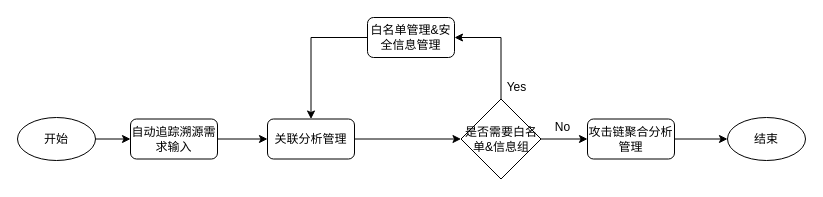
This is 软件概要设计-追踪溯源中心-控制流图.drawio from popvlovs/popvlovs-repository, a draw.io file, before an edit. Source tidied: cells renumbered, new cells numbered last; positions are measured from the earlier drawing's top-left corner, leaving out a move shared by most shapes. Both pictures are drawn from the tidied source at 100%, with x=0, y=0 at pixel (17, 17).
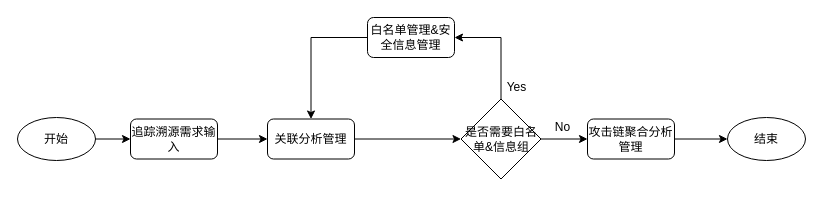
After the change.

Commit message (it also covers changes not shown here):
Update 软件概要设计-追踪溯源中心-控制流图.drawio

What changed in the source:
```diff
@@
 <mxGraphModel>
   <root>
     <mxCell id="0" />
     <mxCell id="1" parent="0" />
     <mxCell id="2" value="开始" style="ellipse;whiteSpace=wrap;html=1;" parent="1" vertex="1">
       <mxGeometry y="100" width="78" height="43" as="geometry" />
     </mxCell>
     <mxCell id="3" style="edgeStyle=orthogonalEdgeStyle;rounded=0;jettySize=auto;html=1;" parent="1" edge="1" source="4" target="9">
       <mxGeometry relative="1" as="geometry" />
     </mxCell>
-    <mxCell id="4" value="自动追踪溯源需求输入" style="rounded=1;whiteSpace=wrap;html=1;fontSize=12;glass=0;strokeWidth=1;shadow=0;" parent="1" vertex="1">
+    <mxCell id="4" value="追踪溯源需求输入" style="rounded=1;whiteSpace=wrap;html=1;fontSize=12;glass=0;strokeWidth=1;shadow=0;" parent="1" vertex="1">
       <mxGeometry x="113" y="101.5" width="87" height="40" as="geometry" />
     </mxCell>
     <mxCell id="5" style="edgeStyle=orthogonalEdgeStyle;rounded=0;jettySize=auto;html=1;exitX=1;exitY=0.5;exitDx=0;exitDy=0;" parent="1" edge="1" source="17" target="6">
       <mxGeometry relative="1" as="geometry" />
     </mxCell>
     <mxCell id="6" value="结束" style="ellipse;whiteSpace=wrap;html=1;" parent="1" vertex="1">
       <mxGeometry x="710" y="100" width="78" height="43" as="geometry" />
     </mxCell>
     <mxCell id="7" style="edgeStyle=orthogonalEdgeStyle;rounded=0;jettySize=auto;html=1;exitX=1;exitY=0.5;exitDx=0;exitDy=0;entryX=0;entryY=0.5;entryDx=0;entryDy=0;" parent="1" edge="1" source="2" target="4">
       <mxGeometry relative="1" as="geometry" />
     </mxCell>
     <mxCell id="8" style="edgeStyle=orthogonalEdgeStyle;rounded=0;jettySize=auto;html=1;" parent="1" edge="1" source="9" target="12">
       <mxGeometry relative="1" as="geometry" />
     </mxCell>
     <mxCell id="9" value="关联分析管理" style="rounded=1;whiteSpace=wrap;html=1;fontSize=12;glass=0;strokeWidth=1;shadow=0;" parent="1" vertex="1">
       <mxGeometry x="250" y="101.5" width="87" height="40" as="geometry" />
     </mxCell>
     <mxCell id="10" style="edgeStyle=orthogonalEdgeStyle;rounded=0;jettySize=auto;html=1;" parent="1" edge="1" source="12" target="14">
       <mxGeometry relative="1" as="geometry">
         <Array as="points">
           <mxPoint x="484" y="20" />
         </Array>
       </mxGeometry>
     </mxCell>
     <mxCell id="11" style="edgeStyle=orthogonalEdgeStyle;rounded=0;jettySize=auto;html=1;" parent="1" edge="1" source="12" target="17">
       <mxGeometry relative="1" as="geometry" />
     </mxCell>
     <mxCell id="12" value="是否需要白名单&amp;amp;信息组" style="rhombus;whiteSpace=wrap;html=1;" parent="1" vertex="1">
       <mxGeometry x="443.5" y="81.5" width="80" height="80" as="geometry" />
     </mxCell>
     <mxCell id="13" style="edgeStyle=orthogonalEdgeStyle;rounded=0;jettySize=auto;html=1;entryX=0.5;entryY=0;entryDx=0;entryDy=0;" parent="1" edge="1" source="14" target="9">
       <mxGeometry relative="1" as="geometry" />
     </mxCell>
     <mxCell id="14" value="白名单管理&amp;amp;安全信息管理" style="rounded=1;whiteSpace=wrap;html=1;fontSize=12;glass=0;strokeWidth=1;shadow=0;" parent="1" vertex="1">
       <mxGeometry x="350" width="87" height="40" as="geometry" />
     </mxCell>
     <mxCell id="15" value="No" style="text;html=1;align=center;verticalAlign=middle;strokeColor=none;fillColor=none;" parent="1" vertex="1">
       <mxGeometry x="530" y="100" width="30" height="20" as="geometry" />
     </mxCell>
     <mxCell id="16" value="Yes" style="text;html=1;align=center;verticalAlign=middle;strokeColor=none;fillColor=none;" parent="1" vertex="1">
       <mxGeometry x="483.5" y="60" width="30" height="20" as="geometry" />
     </mxCell>
     <mxCell id="17" value="攻击链聚合分析管理" style="rounded=1;whiteSpace=wrap;html=1;fontSize=12;glass=0;strokeWidth=1;shadow=0;" parent="1" vertex="1">
       <mxGeometry x="570" y="101.5" width="87" height="40" as="geometry" />
     </mxCell>
   </root>
 </mxGraphModel>
```
